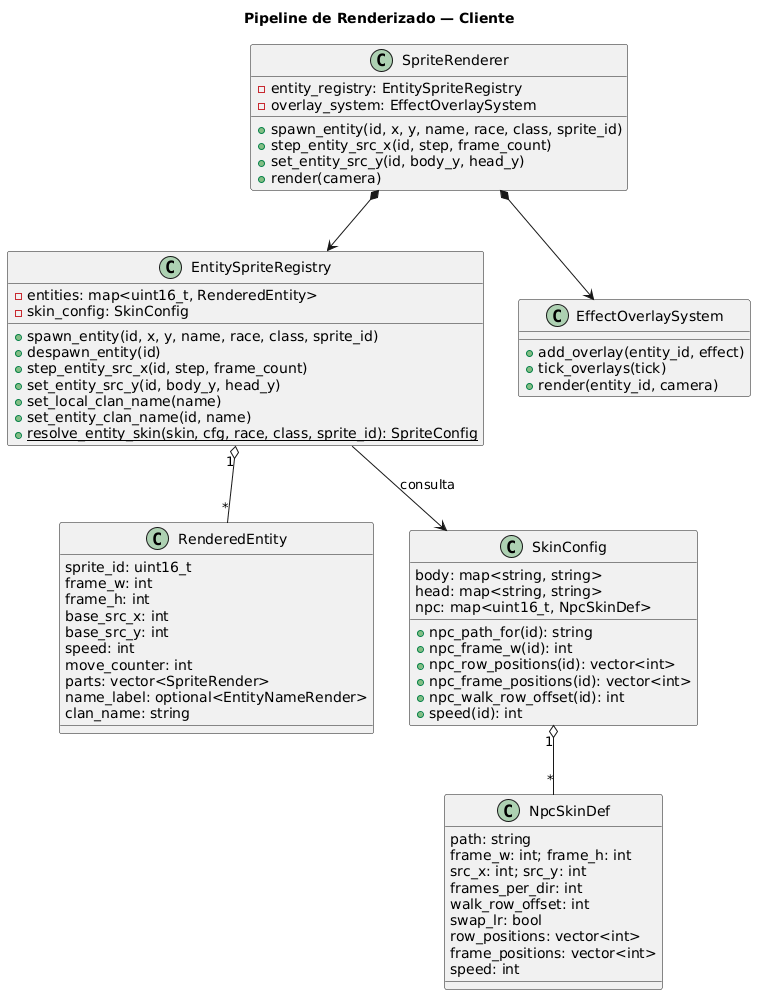
This is docs/images/uml/client.png from MateoGonzalezPautaso/Argentum-MALT, a PlantUML export, as it was before one commit. The source it was exported from:
```plantuml
@startuml
title Pipeline de Renderizado — Cliente

class SpriteRenderer {
  - entity_registry: EntitySpriteRegistry
  - overlay_system: EffectOverlaySystem
  + spawn_entity(id, x, y, name, race, class, sprite_id)
  + step_entity_src_x(id, step, frame_count)
  + set_entity_src_y(id, body_y, head_y)
  + render(camera)
}

class EntitySpriteRegistry {
  - entities: map<uint16_t, RenderedEntity>
  - skin_config: SkinConfig
  + spawn_entity(id, x, y, name, race, class, sprite_id)
  + despawn_entity(id)
  + step_entity_src_x(id, step, frame_count)
  + set_entity_src_y(id, body_y, head_y)
  + set_local_clan_name(name)
  + set_entity_clan_name(id, name)
  + {static} resolve_entity_skin(skin, cfg, race, class, sprite_id): SpriteConfig
}

class EffectOverlaySystem {
  + add_overlay(entity_id, effect)
  + tick_overlays(tick)
  + render(entity_id, camera)
}

class RenderedEntity {
  sprite_id: uint16_t
  frame_w: int
  frame_h: int
  base_src_x: int
  base_src_y: int
  speed: int
  move_counter: int
  parts: vector<SpriteRender>
  name_label: optional<EntityNameRender>
  clan_name: string
}

class SkinConfig {
  body: map<string, string>
  head: map<string, string>
  npc: map<uint16_t, NpcSkinDef>
  + npc_path_for(id): string
  + npc_frame_w(id): int
  + npc_row_positions(id): vector<int>
  + npc_frame_positions(id): vector<int>
  + npc_walk_row_offset(id): int
  + speed(id): int
}

class NpcSkinDef {
  path: string
  frame_w: int; frame_h: int
  src_x: int; src_y: int
  frames_per_dir: int
  walk_row_offset: int
  swap_lr: bool
  row_positions: vector<int>
  frame_positions: vector<int>
  speed: int
}

SpriteRenderer *--> EntitySpriteRegistry
SpriteRenderer *--> EffectOverlaySystem
EntitySpriteRegistry "1" o-- "*" RenderedEntity
EntitySpriteRegistry --> SkinConfig: consulta
SkinConfig "1" o-- "*" NpcSkinDef
@enduml
```
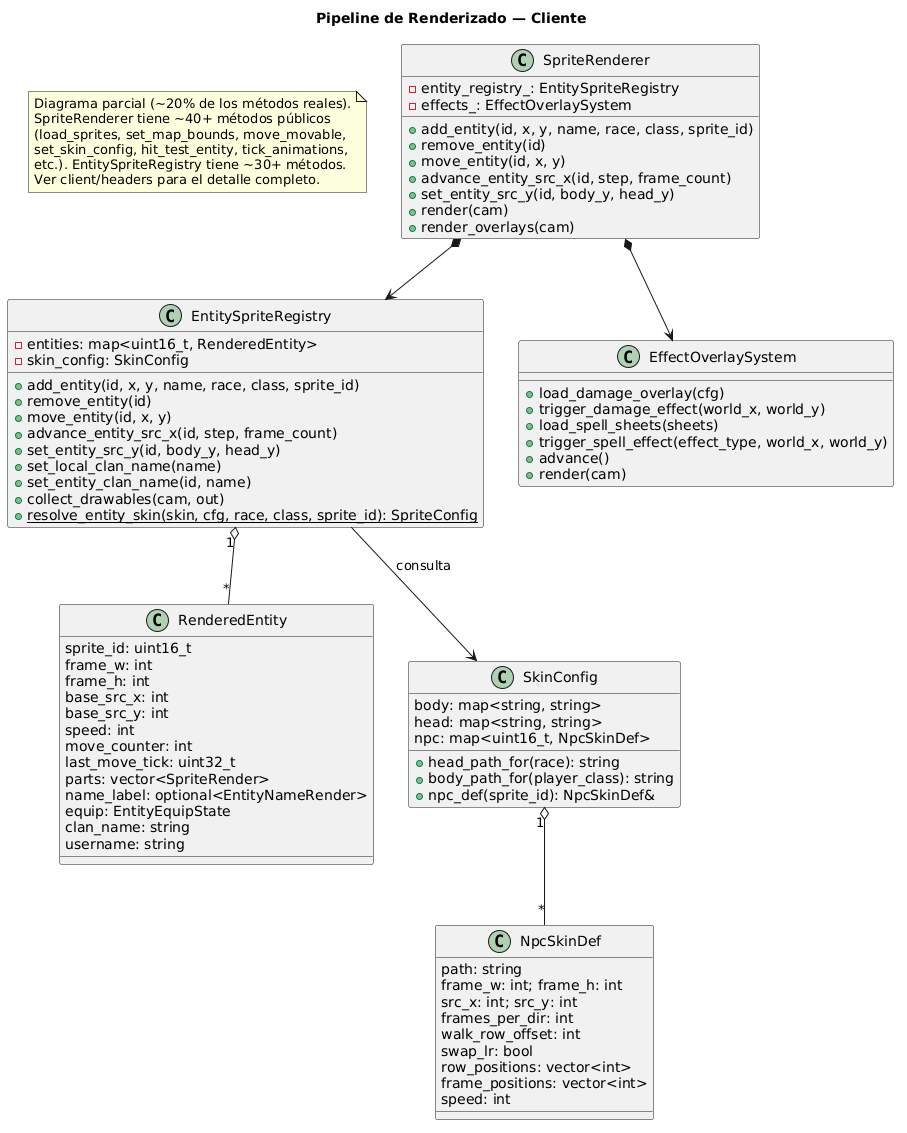
The same file after the commit.

Diff of the diagram source:
```diff
@@ -1,31 +1,48 @@
 @startuml
 title Pipeline de Renderizado — Cliente
 
+note as N1
+  Diagrama parcial (~20% de los métodos reales).
+  SpriteRenderer tiene ~40+ métodos públicos
+  (load_sprites, set_map_bounds, move_movable,
+  set_skin_config, hit_test_entity, tick_animations,
+  etc.). EntitySpriteRegistry tiene ~30+ métodos.
+  Ver client/headers para el detalle completo.
+end note
+
 class SpriteRenderer {
-  - entity_registry: EntitySpriteRegistry
-  - overlay_system: EffectOverlaySystem
-  + spawn_entity(id, x, y, name, race, class, sprite_id)
-  + step_entity_src_x(id, step, frame_count)
+  - entity_registry_: EntitySpriteRegistry
+  - effects_: EffectOverlaySystem
+  + add_entity(id, x, y, name, race, class, sprite_id)
+  + remove_entity(id)
+  + move_entity(id, x, y)
+  + advance_entity_src_x(id, step, frame_count)
   + set_entity_src_y(id, body_y, head_y)
-  + render(camera)
+  + render(cam)
+  + render_overlays(cam)
 }
 
 class EntitySpriteRegistry {
   - entities: map<uint16_t, RenderedEntity>
   - skin_config: SkinConfig
-  + spawn_entity(id, x, y, name, race, class, sprite_id)
-  + despawn_entity(id)
-  + step_entity_src_x(id, step, frame_count)
+  + add_entity(id, x, y, name, race, class, sprite_id)
+  + remove_entity(id)
+  + move_entity(id, x, y)
+  + advance_entity_src_x(id, step, frame_count)
   + set_entity_src_y(id, body_y, head_y)
   + set_local_clan_name(name)
   + set_entity_clan_name(id, name)
+  + collect_drawables(cam, out)
   + {static} resolve_entity_skin(skin, cfg, race, class, sprite_id): SpriteConfig
 }
 
 class EffectOverlaySystem {
-  + add_overlay(entity_id, effect)
-  + tick_overlays(tick)
-  + render(entity_id, camera)
+  + load_damage_overlay(cfg)
+  + trigger_damage_effect(world_x, world_y)
+  + load_spell_sheets(sheets)
+  + trigger_spell_effect(effect_type, world_x, world_y)
+  + advance()
+  + render(cam)
 }
 
 class RenderedEntity {
@@ -36,21 +53,21 @@
   base_src_y: int
   speed: int
   move_counter: int
+  last_move_tick: uint32_t
   parts: vector<SpriteRender>
   name_label: optional<EntityNameRender>
+  equip: EntityEquipState
   clan_name: string
+  username: string
 }
 
 class SkinConfig {
   body: map<string, string>
   head: map<string, string>
   npc: map<uint16_t, NpcSkinDef>
-  + npc_path_for(id): string
-  + npc_frame_w(id): int
-  + npc_row_positions(id): vector<int>
-  + npc_frame_positions(id): vector<int>
-  + npc_walk_row_offset(id): int
-  + speed(id): int
+  + head_path_for(race): string
+  + body_path_for(player_class): string
+  + npc_def(sprite_id): NpcSkinDef&
 }
 
 class NpcSkinDef {
```
